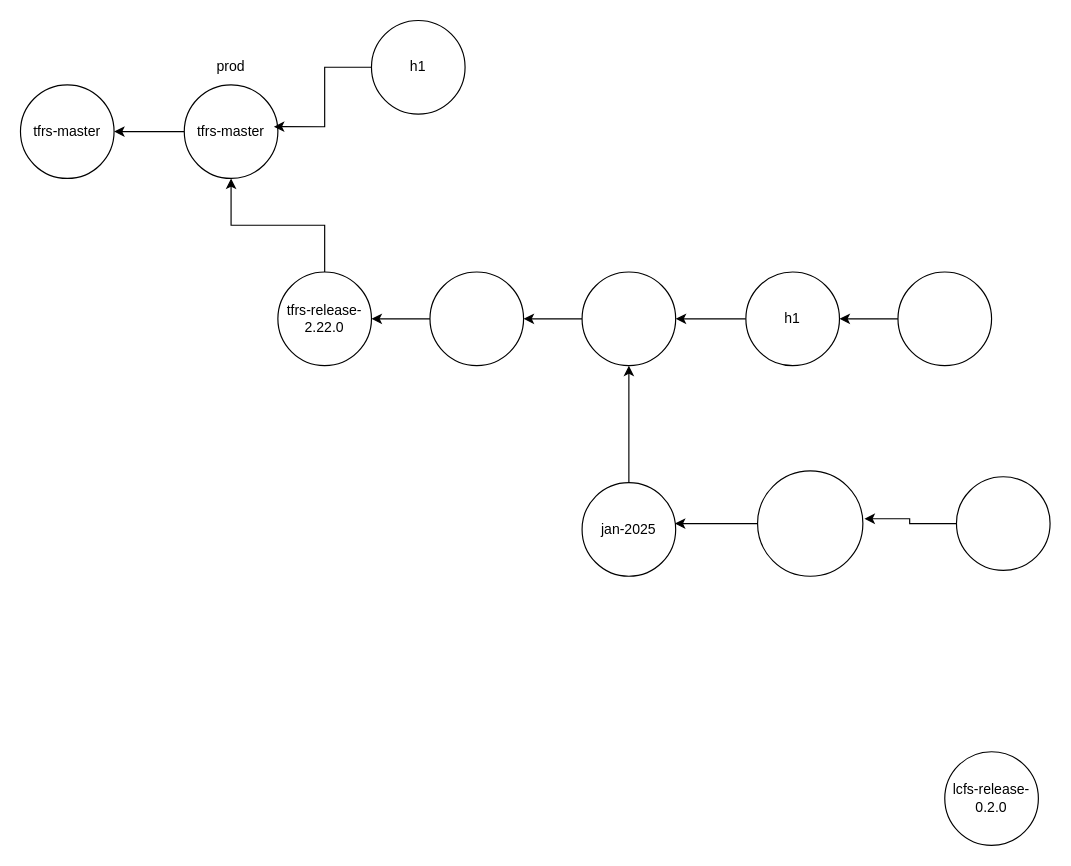
Before: openshift-v4/tfrs.drawio in bcgov/tfrs, a draw.io diagram. Source tidied: cells renumbered, new cells numbered last; positions are measured from the earlier drawing's top-left corner, leaving out a move shared by most shapes. Both pictures are drawn from the tidied source at 117%, with x=0, y=0 at pixel (20, 20).
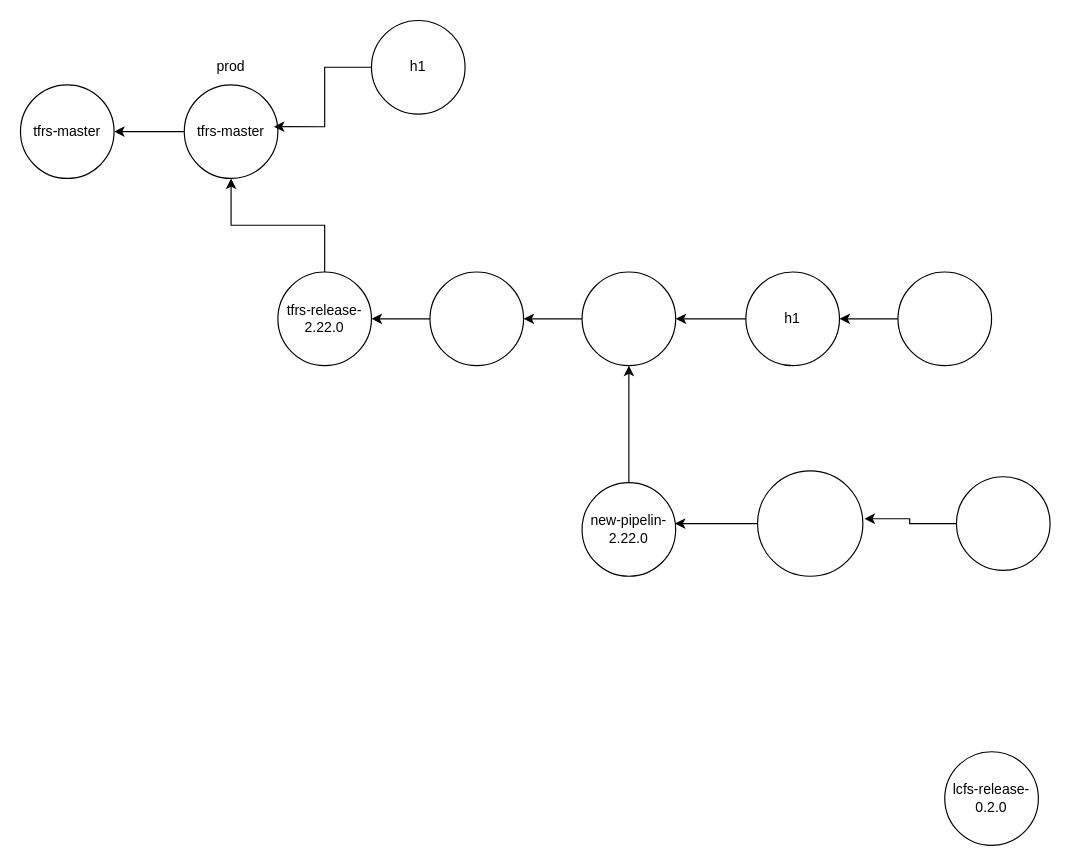
Above is the later version.

What changed in the source:
```diff
@@
-    <mxCell id="13" value="jan-2025" style="ellipse;whiteSpace=wrap;html=1;" parent="1" vertex="1">
+    <mxCell id="13" value="new-pipelin-2.22.0" style="ellipse;whiteSpace=wrap;html=1;" parent="1" vertex="1">
       <mxGeometry x="480" y="395" width="80" height="80" as="geometry" />
     </mxCell>
```
